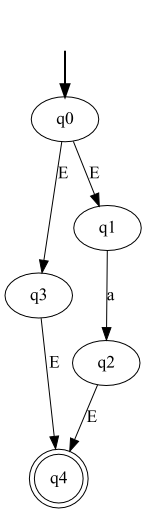
Above: ER e AFNE - Trabalho 3/resources/AFNE.png in MarcosFelipeBC/lfa (Graphviz), before the change. Its source is kept beside it as ER e AFNE - Trabalho 3/resources/AFNE.dot.
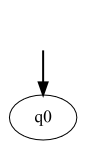
After the change.

Diff of the diagram source:
```diff
@@ -1,14 +1,5 @@
 digraph {
 	fake0 [style=invisible]
-	q4 [shape=doublecircle]
 	q0 [root=true]
-	q3
-	q1
-	q2
 	fake0 -> q0 [style=bold]
-	q1 -> q2 [label=a]
-	q0 -> q3 [label=E]
-	q0 -> q1 [label=E]
-	q2 -> q4 [label=E]
-	q3 -> q4 [label=E]
 }
```
